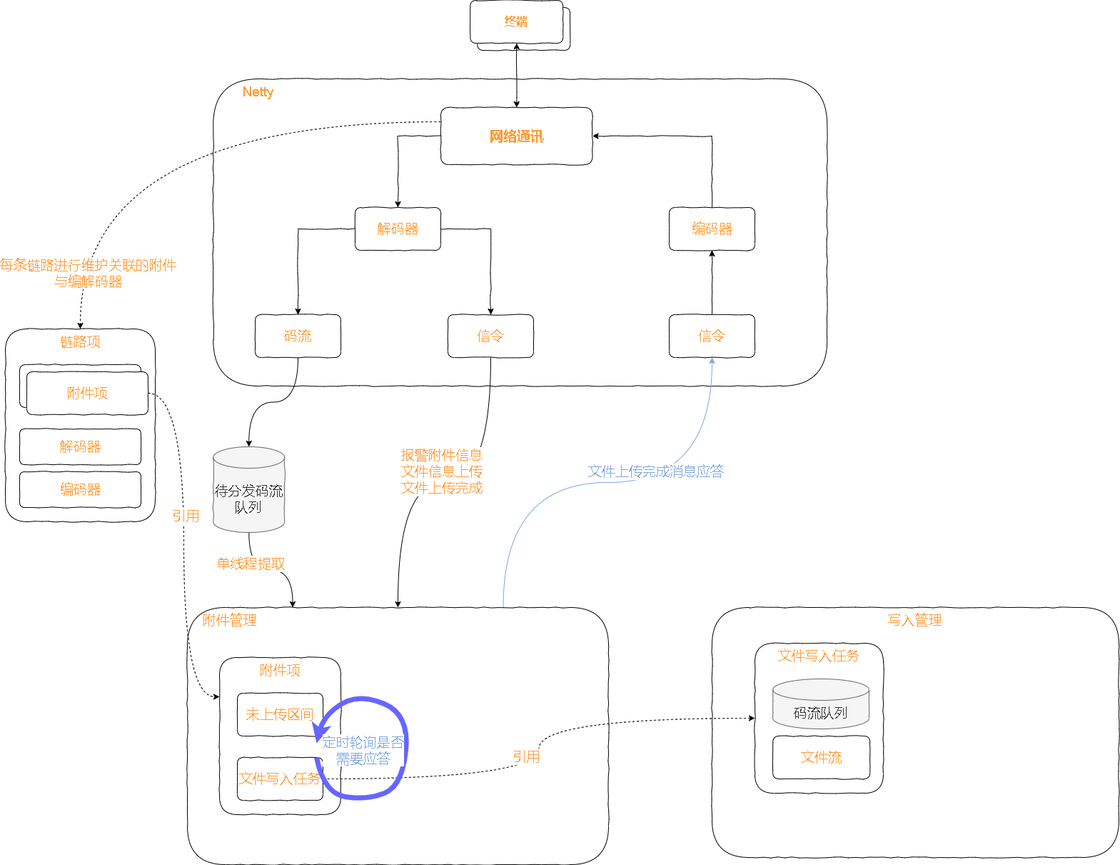
Earlier version of the draw.io export test.drawio.png (xktder/draw). Source tidied: cells renumbered, new cells last; positions are measured from the earlier drawing's top-left corner, leaving out a move shared by most shapes.
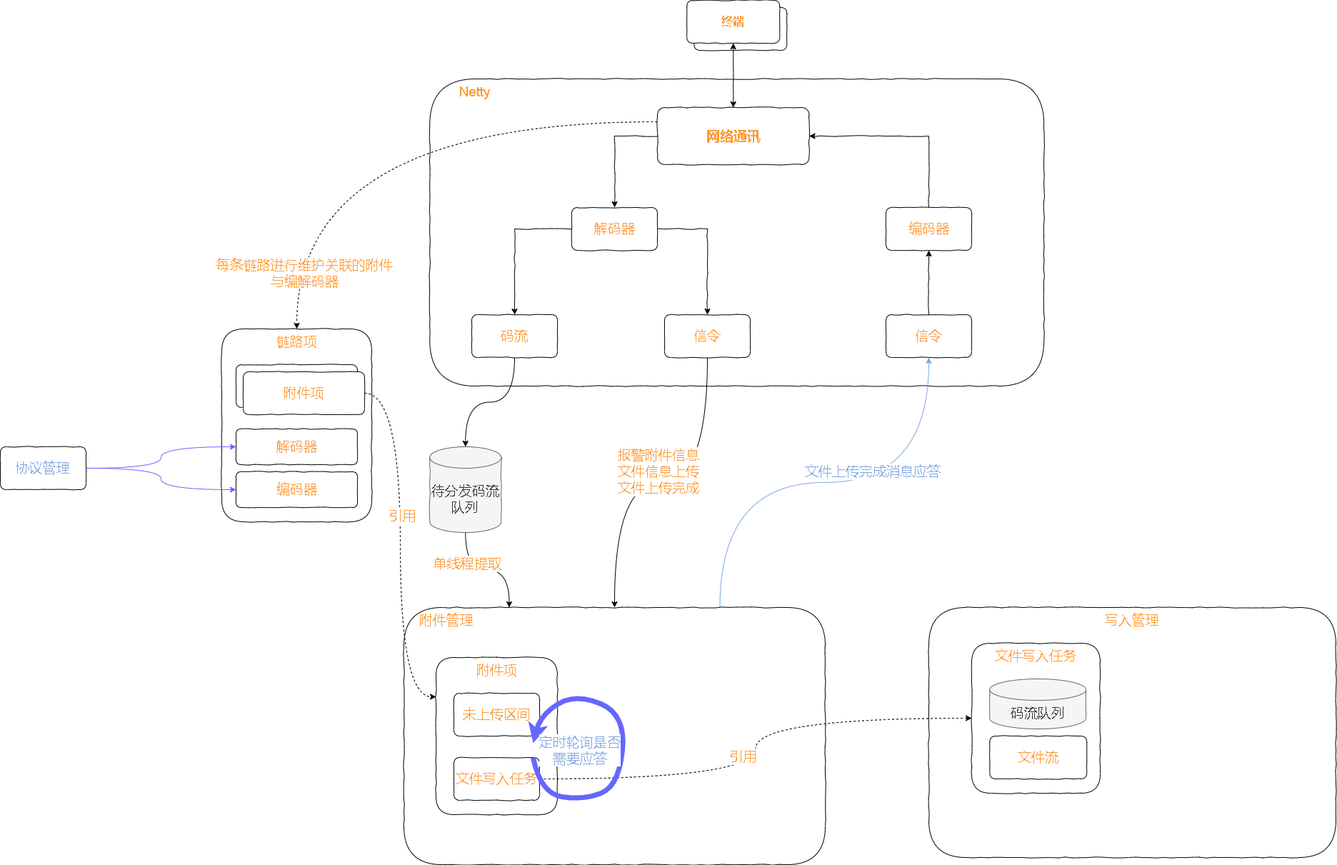
The same file after the commit.

What changed in the source:
```diff
@@ -168,5 +168,14 @@
         <mxPoint x="-41" y="56" as="offset" />
       </mxGeometry>
     </mxCell>
+    <mxCell id="51" style="edgeStyle=orthogonalEdgeStyle;curved=1;rounded=0;comic=0;jettySize=auto;html=1;fontSize=19;fontColor=#7EA6E0;startArrow=none;startFill=0;endArrow=classic;endFill=1;strokeColor=#6666FF;strokeWidth=1;" parent="1" edge="1" source="53" target="39">
+      <mxGeometry relative="1" as="geometry" />
+    </mxCell>
+    <mxCell id="52" style="edgeStyle=orthogonalEdgeStyle;curved=1;rounded=0;comic=0;jettySize=auto;html=1;entryX=0;entryY=0.5;entryDx=0;entryDy=0;fontSize=19;fontColor=#7EA6E0;startArrow=none;startFill=0;endArrow=classic;endFill=1;strokeColor=#6666FF;strokeWidth=1;" parent="1" edge="1" source="53" target="40">
+      <mxGeometry relative="1" as="geometry" />
+    </mxCell>
+    <mxCell id="53" value="协议管理" style="rounded=1;whiteSpace=wrap;html=1;comic=1;fontSize=19;fontColor=#7EA6E0;strokeColor=default;gradientColor=none;" parent="1" vertex="1">
+      <mxGeometry x="-310" y="625" width="120" height="60" as="geometry" />
+    </mxCell>
   </root>
 </mxGraphModel>
```
